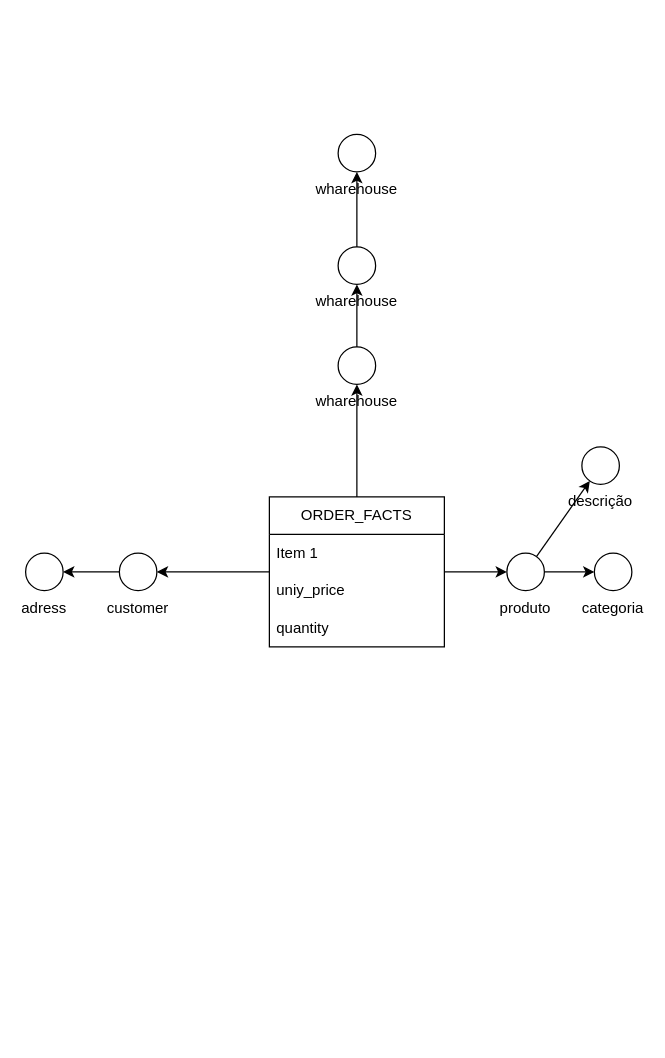
Before: docs/DFM.drawio in joaobraganca555/GlobalTech_ETL, a draw.io diagram. Source tidied: cells renumbered, new cells numbered last; positions are measured from the earlier drawing's top-left corner, leaving out a move shared by most shapes. Both pictures are drawn from the tidied source at 125%, with x=0, y=0 at pixel (25, 134).
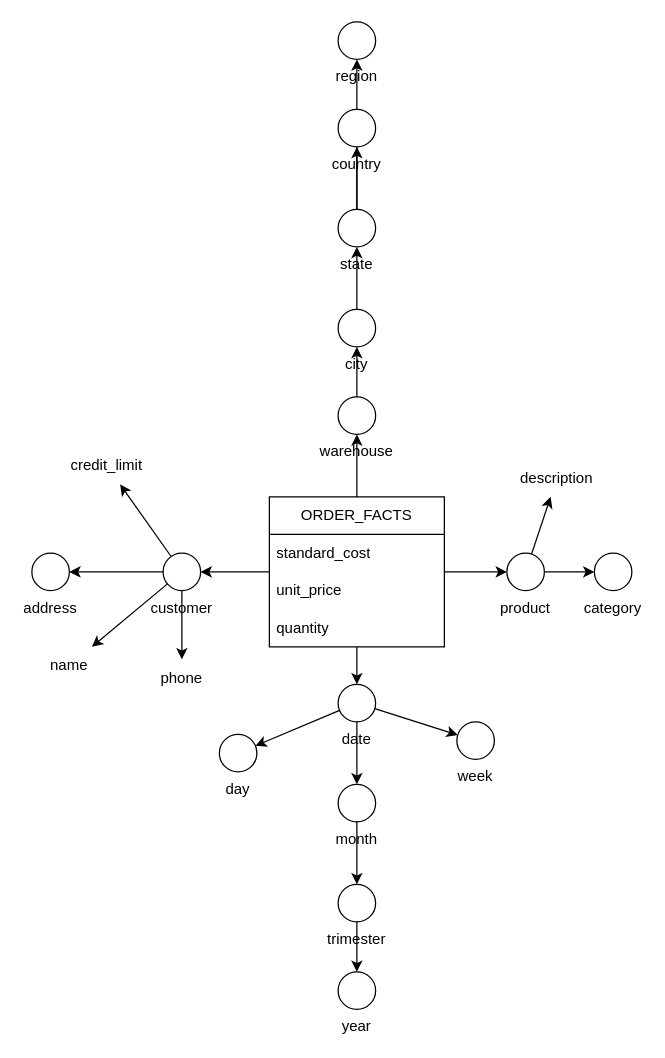
After the change.

Commit message:
DFM order

Unchanged cells that the change refers to:
```xml
<mxCell id="3" value="ORDER_FACTS" style="swimlane;fontStyle=0;horizontal=1;startSize=30;whiteSpace=wrap;html=1;" parent="1" vertex="1">
  <mxGeometry x="195" y="290" width="140" height="120" as="geometry" />
</mxCell>
```

What changed in the source:
```diff
@@
-    <mxCell id="4" value="Item 1" style="text;strokeColor=none;fillColor=none;align=left;verticalAlign=middle;spacingLeft=4;spacingRight=4;overflow=hidden;whiteSpace=wrap;html=1;" parent="3" vertex="1">
-      <mxGeometry y="30" width="140" height="30" as="geometry" />
-    </mxCell>
-    <mxCell id="5" value="uniy_price" style="text;strokeColor=none;fillColor=none;align=left;verticalAlign=middle;spacingLeft=4;spacingRight=4;overflow=hidden;whiteSpace=wrap;html=1;" parent="3" vertex="1">
-      <mxGeometry y="60" width="140" height="30" as="geometry" />
-    </mxCell>
+    <mxCell id="22" value="standard_cost" style="text;strokeColor=none;fillColor=none;align=left;verticalAlign=middle;spacingLeft=4;spacingRight=4;overflow=hidden;whiteSpace=wrap;html=1;" parent="3" vertex="1">
+      <mxGeometry y="30" width="140" height="30" as="geometry" />
+    </mxCell>
+    <mxCell id="23" value="unit_price" style="text;strokeColor=none;fillColor=none;align=left;verticalAlign=middle;spacingLeft=4;spacingRight=4;overflow=hidden;whiteSpace=wrap;html=1;" parent="3" vertex="1">
+      <mxGeometry y="60" width="140" height="30" as="geometry" />
+    </mxCell>
@@
-    <mxCell id="8" style="edgeStyle=none;rounded=0;jettySize=auto;html=1;" parent="1" edge="1" source="9" target="11">
+    <mxCell id="8" style="edgeStyle=none;rounded=0;jettySize=auto;html=1;" parent="1" edge="1" source="9" target="30">
       <mxGeometry relative="1" as="geometry" />
     </mxCell>
-    <mxCell id="9" value="produto" style="ellipse;whiteSpace=wrap;html=1;labelPosition=center;verticalLabelPosition=bottom;align=center;verticalAlign=top;" parent="1" vertex="1">
+    <mxCell id="9" value="product" style="ellipse;whiteSpace=wrap;html=1;labelPosition=center;verticalLabelPosition=bottom;align=center;verticalAlign=top;" parent="1" vertex="1">
       <mxGeometry x="385" y="335" width="30" height="30" as="geometry" />
     </mxCell>
-    <mxCell id="10" value="categoria&lt;br&gt;" style="ellipse;whiteSpace=wrap;html=1;labelPosition=center;verticalLabelPosition=bottom;align=center;verticalAlign=top;" parent="1" vertex="1">
+    <mxCell id="10" value="category" style="ellipse;whiteSpace=wrap;html=1;labelPosition=center;verticalLabelPosition=bottom;align=center;verticalAlign=top;" parent="1" vertex="1">
       <mxGeometry x="455" y="335" width="30" height="30" as="geometry" />
     </mxCell>
-    <mxCell id="11" value="descrição&lt;br&gt;" style="ellipse;whiteSpace=wrap;html=1;labelPosition=center;verticalLabelPosition=bottom;align=center;verticalAlign=top;" parent="1" vertex="1">
-      <mxGeometry x="445" y="250" width="30" height="30" as="geometry" />
-    </mxCell>
-    <mxCell id="12" style="edgeStyle=none;rounded=0;jettySize=auto;html=1;" parent="1" edge="1" source="13" target="15">
+    <mxCell id="12" style="edgeStyle=none;rounded=0;jettySize=auto;html=1;labelBackgroundColor=none;" parent="1" edge="1" source="13" target="15">
       <mxGeometry relative="1" as="geometry" />
     </mxCell>
+    <mxCell id="24" style="rounded=0;jettySize=auto;html=1;endArrow=classic;endFill=1;startArrow=none;startFill=0;labelBackgroundColor=none;" parent="1" edge="1" source="13" target="31">
+      <mxGeometry relative="1" as="geometry" />
+    </mxCell>
-    <mxCell id="13" value="customer" style="ellipse;whiteSpace=wrap;html=1;labelPosition=center;verticalLabelPosition=bottom;align=center;verticalAlign=top;" parent="1" vertex="1">
-      <mxGeometry x="75" y="335" width="30" height="30" as="geometry" />
+    <mxCell id="13" value="customer" style="ellipse;whiteSpace=wrap;html=1;labelPosition=center;verticalLabelPosition=bottom;align=center;verticalAlign=top;labelBackgroundColor=none;" parent="1" vertex="1">
+      <mxGeometry x="110" y="335" width="30" height="30" as="geometry" />
     </mxCell>
@@
-    <mxCell id="15" value="adress" style="ellipse;whiteSpace=wrap;html=1;labelPosition=center;verticalLabelPosition=bottom;align=center;verticalAlign=top;" parent="1" vertex="1">
-      <mxGeometry y="335" width="30" height="30" as="geometry" />
+    <mxCell id="15" value="address" style="ellipse;whiteSpace=wrap;html=1;labelPosition=center;verticalLabelPosition=bottom;align=center;verticalAlign=top;labelBackgroundColor=none;" parent="1" vertex="1">
+      <mxGeometry x="5" y="335" width="30" height="30" as="geometry" />
     </mxCell>
@@
-    <mxCell id="17" value="wharehouse&lt;br&gt;" style="ellipse;whiteSpace=wrap;html=1;labelPosition=center;verticalLabelPosition=bottom;align=center;verticalAlign=top;" parent="1" vertex="1">
-      <mxGeometry x="250" y="170" width="30" height="30" as="geometry" />
+    <mxCell id="17" value="warehouse" style="ellipse;whiteSpace=wrap;html=1;labelPosition=center;verticalLabelPosition=bottom;align=center;verticalAlign=top;" parent="1" vertex="1">
+      <mxGeometry x="250" y="210" width="30" height="30" as="geometry" />
     </mxCell>
@@
-    <mxCell id="20" value="wharehouse&lt;br&gt;" style="ellipse;whiteSpace=wrap;html=1;labelPosition=center;verticalLabelPosition=bottom;align=center;verticalAlign=top;" parent="1" vertex="1">
-      <mxGeometry x="250" y="90" width="30" height="30" as="geometry" />
+    <mxCell id="20" value="city" style="ellipse;whiteSpace=wrap;html=1;labelPosition=center;verticalLabelPosition=bottom;align=center;verticalAlign=top;" parent="1" vertex="1">
+      <mxGeometry x="250" y="140" width="30" height="30" as="geometry" />
     </mxCell>
+    <mxCell id="25" style="edgeStyle=orthogonalEdgeStyle;rounded=0;jettySize=auto;html=1;" parent="1" edge="1" source="21" target="28">
+      <mxGeometry relative="1" as="geometry" />
+    </mxCell>
-    <mxCell id="21" value="wharehouse&lt;br&gt;" style="ellipse;whiteSpace=wrap;html=1;labelPosition=center;verticalLabelPosition=bottom;align=center;verticalAlign=top;" parent="1" vertex="1">
-      <mxGeometry x="250" width="30" height="30" as="geometry" />
+    <mxCell id="21" value="state" style="ellipse;whiteSpace=wrap;html=1;labelPosition=center;verticalLabelPosition=bottom;align=center;verticalAlign=top;" parent="1" vertex="1">
+      <mxGeometry x="250" y="60" width="30" height="30" as="geometry" />
     </mxCell>
+    <mxCell id="26" style="edgeStyle=orthogonalEdgeStyle;rounded=0;jettySize=auto;html=1;endArrow=none;endFill=0;" parent="1" edge="1" source="28" target="21">
+      <mxGeometry relative="1" as="geometry" />
+    </mxCell>
+    <mxCell id="27" style="edgeStyle=orthogonalEdgeStyle;rounded=0;jettySize=auto;html=1;" parent="1" edge="1" source="28" target="29">
+      <mxGeometry relative="1" as="geometry" />
+    </mxCell>
+    <mxCell id="28" value="country" style="ellipse;whiteSpace=wrap;html=1;labelPosition=center;verticalLabelPosition=bottom;align=center;verticalAlign=top;" parent="1" vertex="1">
+      <mxGeometry x="250" y="-20" width="30" height="30" as="geometry" />
+    </mxCell>
+    <mxCell id="29" value="region" style="ellipse;whiteSpace=wrap;html=1;labelPosition=center;verticalLabelPosition=bottom;align=center;verticalAlign=top;" parent="1" vertex="1">
+      <mxGeometry x="250" y="-90" width="30" height="30" as="geometry" />
+    </mxCell>
+    <mxCell id="30" value="description" style="text;html=1;strokeColor=none;fillColor=none;align=center;verticalAlign=middle;whiteSpace=wrap;rounded=0;labelPosition=center;verticalLabelPosition=middle;" parent="1" vertex="1">
+      <mxGeometry x="395" y="260" width="60" height="30" as="geometry" />
+    </mxCell>
+    <mxCell id="31" value="credit_limit" style="text;html=1;strokeColor=none;fillColor=none;align=center;verticalAlign=middle;whiteSpace=wrap;rounded=0;labelBackgroundColor=none;" parent="1" vertex="1">
+      <mxGeometry x="35" y="250" width="60" height="30" as="geometry" />
+    </mxCell>
+    <mxCell id="32" style="rounded=0;jettySize=auto;html=1;endArrow=classic;endFill=1;startArrow=none;startFill=0;labelBackgroundColor=none;" parent="1" edge="1" source="13" target="33">
+      <mxGeometry relative="1" as="geometry" />
+    </mxCell>
+    <mxCell id="33" value="name" style="text;html=1;strokeColor=none;fillColor=none;align=center;verticalAlign=middle;whiteSpace=wrap;rounded=0;labelBackgroundColor=none;" parent="1" vertex="1">
+      <mxGeometry x="5" y="410" width="60" height="30" as="geometry" />
+    </mxCell>
+    <mxCell id="34" style="rounded=0;jettySize=auto;html=1;endArrow=classic;endFill=1;startArrow=none;startFill=0;labelBackgroundColor=none;" parent="1" edge="1" source="13" target="35">
+      <mxGeometry relative="1" as="geometry" />
+    </mxCell>
+    <mxCell id="35" value="phone" style="text;html=1;strokeColor=none;fillColor=none;align=center;verticalAlign=middle;whiteSpace=wrap;rounded=0;labelBackgroundColor=none;" parent="1" vertex="1">
+      <mxGeometry x="95" y="420" width="60" height="30" as="geometry" />
+    </mxCell>
+    <mxCell id="36" style="rounded=0;jettySize=auto;html=1;" parent="1" edge="1" source="3" target="40">
+      <mxGeometry relative="1" as="geometry" />
+    </mxCell>
+    <mxCell id="37" style="edgeStyle=none;rounded=0;jettySize=auto;html=1;labelBackgroundColor=none;startArrow=none;startFill=0;endArrow=classic;endFill=1;" parent="1" edge="1" source="40" target="41">
+      <mxGeometry relative="1" as="geometry" />
+    </mxCell>
+    <mxCell id="38" style="edgeStyle=none;rounded=0;jettySize=auto;html=1;labelBackgroundColor=none;startArrow=none;startFill=0;endArrow=classic;endFill=1;" parent="1" edge="1" source="40" target="42">
+      <mxGeometry relative="1" as="geometry" />
+    </mxCell>
+    <mxCell id="39" style="edgeStyle=none;rounded=0;jettySize=auto;html=1;labelBackgroundColor=none;startArrow=none;startFill=0;endArrow=classic;endFill=1;" parent="1" edge="1" source="40" target="44">
+      <mxGeometry relative="1" as="geometry" />
+    </mxCell>
+    <mxCell id="40" value="date" style="ellipse;whiteSpace=wrap;html=1;labelPosition=center;verticalLabelPosition=bottom;align=center;verticalAlign=top;" parent="1" vertex="1">
+      <mxGeometry x="250" y="440" width="30" height="30" as="geometry" />
+    </mxCell>
+    <mxCell id="41" value="day" style="ellipse;whiteSpace=wrap;html=1;labelPosition=center;verticalLabelPosition=bottom;align=center;verticalAlign=top;" parent="1" vertex="1">
+      <mxGeometry x="155" y="480" width="30" height="30" as="geometry" />
+    </mxCell>
+    <mxCell id="42" value="week" style="ellipse;whiteSpace=wrap;html=1;labelPosition=center;verticalLabelPosition=bottom;align=center;verticalAlign=top;" parent="1" vertex="1">
+      <mxGeometry x="345" y="470" width="30" height="30" as="geometry" />
+    </mxCell>
+    <mxCell id="43" style="edgeStyle=none;rounded=0;jettySize=auto;html=1;labelBackgroundColor=none;startArrow=none;startFill=0;endArrow=classic;endFill=1;" parent="1" edge="1" source="44" target="46">
+      <mxGeometry relative="1" as="geometry" />
+    </mxCell>
+    <mxCell id="44" value="month" style="ellipse;whiteSpace=wrap;html=1;labelPosition=center;verticalLabelPosition=bottom;align=center;verticalAlign=top;" parent="1" vertex="1">
+      <mxGeometry x="250" y="520" width="30" height="30" as="geometry" />
+    </mxCell>
+    <mxCell id="45" style="edgeStyle=none;rounded=0;jettySize=auto;html=1;labelBackgroundColor=none;startArrow=none;startFill=0;endArrow=classic;endFill=1;" parent="1" edge="1" source="46" target="47">
+      <mxGeometry relative="1" as="geometry" />
+    </mxCell>
+    <mxCell id="46" value="trimester" style="ellipse;whiteSpace=wrap;html=1;labelPosition=center;verticalLabelPosition=bottom;align=center;verticalAlign=top;" parent="1" vertex="1">
+      <mxGeometry x="250" y="600" width="30" height="30" as="geometry" />
+    </mxCell>
+    <mxCell id="47" value="year" style="ellipse;whiteSpace=wrap;html=1;labelPosition=center;verticalLabelPosition=bottom;align=center;verticalAlign=top;" parent="1" vertex="1">
+      <mxGeometry x="250" y="670" width="30" height="30" as="geometry" />
+    </mxCell>
```
